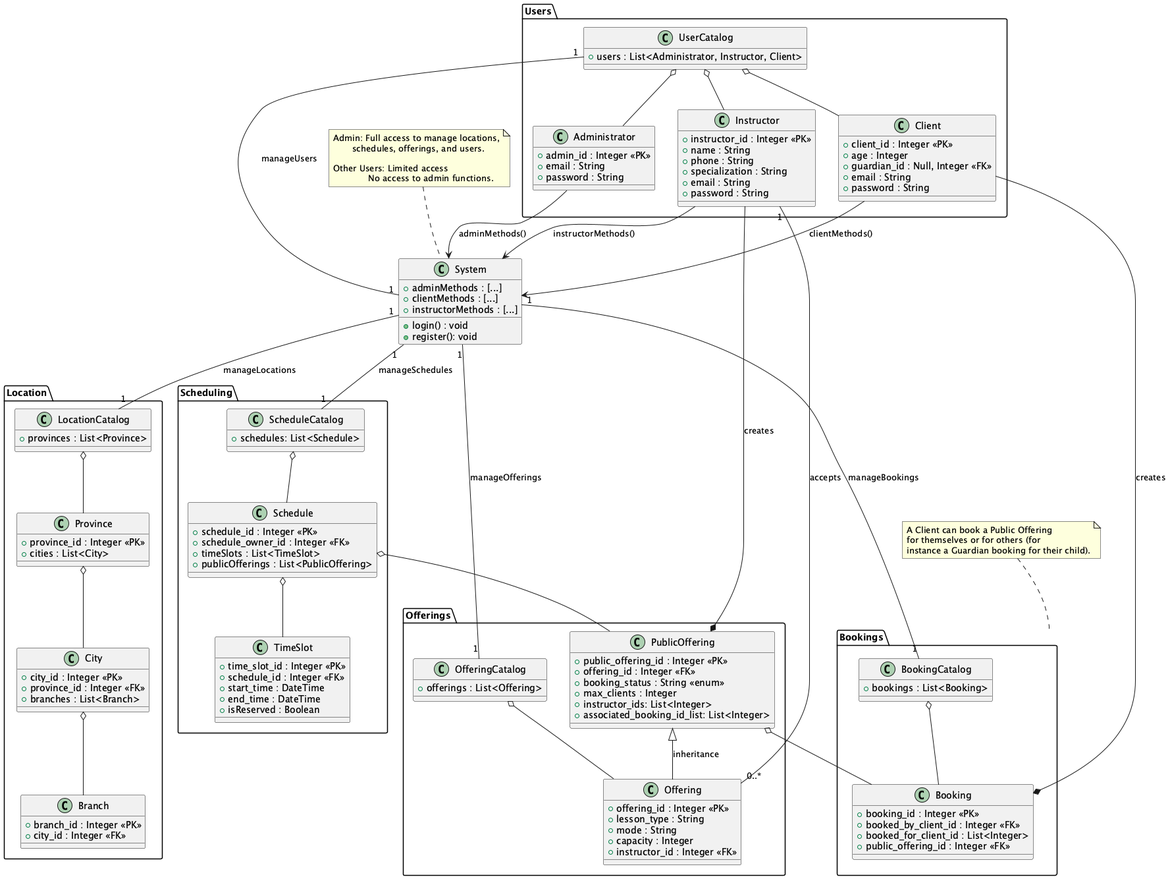
The PlantUML diagram UML-Diagrams/Package-Diagram.png in vibqetowi/soen-342-project, before a commit.
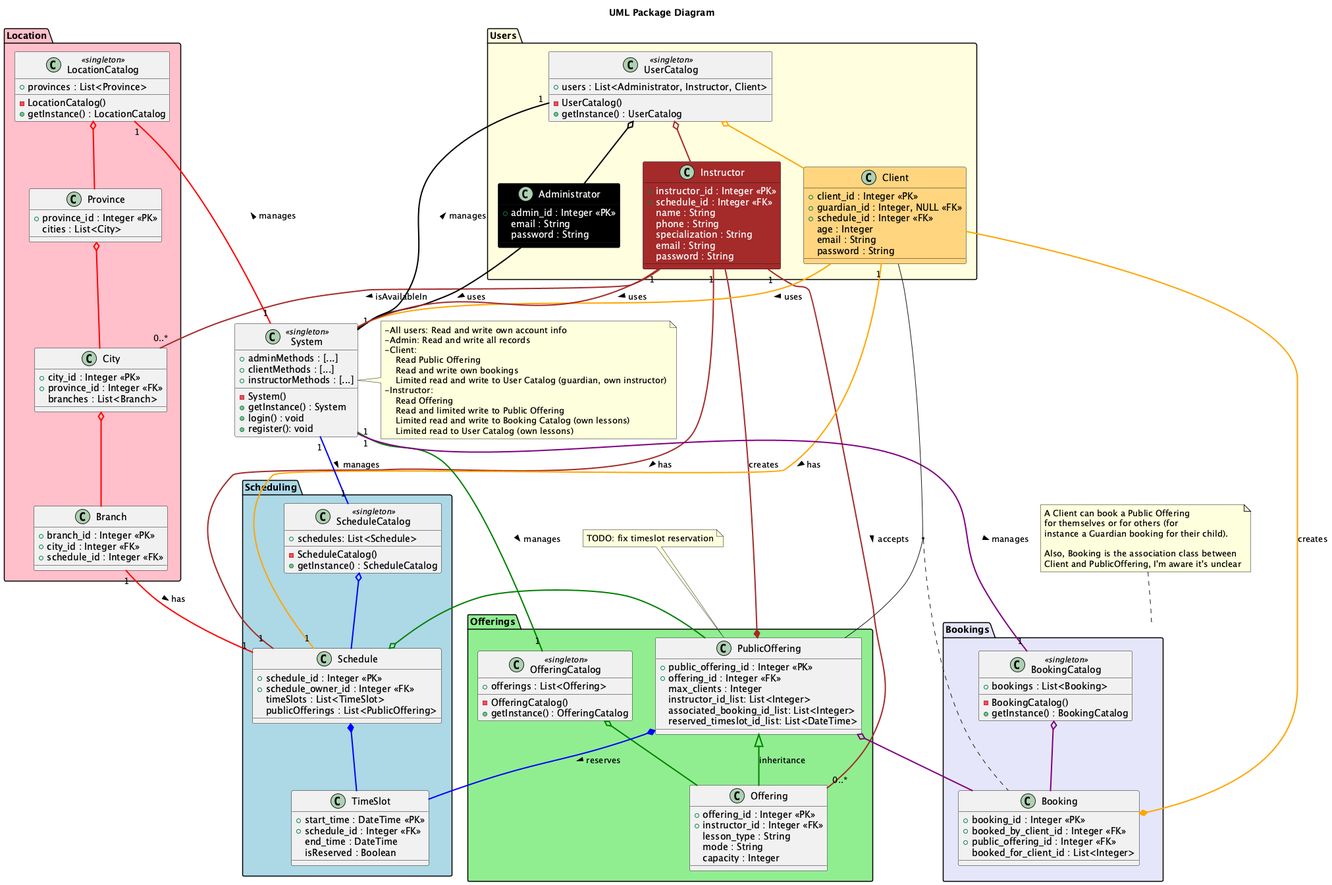
After the commit.

Commit message:
color code package uml and edit to code

The edit, as a diff of the source:
```diff
@@ -1,136 +1,155 @@
 @startuml
-
-package "Location" {
-    class LocationCatalog {
+title UML Package Diagram
+package "Location" #pink {
+    class LocationCatalog <<singleton>> {
+        - LocationCatalog()
+        +getInstance() : LocationCatalog
         +provinces : List<Province>
     }
 
     class Province {
         +province_id : Integer <<PK>>
-        +cities : List<City>
+        cities : List<City>
     }
 
     class City {
         +city_id : Integer <<PK>>
         +province_id : Integer <<FK>>
-        +branches : List<Branch>
+        branches : List<Branch>
     }
 
     class Branch {
         +branch_id : Integer <<PK>>
         +city_id : Integer <<FK>>
+        +schedule_id : Integer <<FK>>
     }
 
-    LocationCatalog o-- Province
-    Province o-- City
-    City o-- Branch
+    LocationCatalog o--[#red,bold] Province
+    Province o--[#red,bold] City
+    City o--[#red,bold] Branch
 }
 
-package "Scheduling" {
-    class ScheduleCatalog {
+package "Scheduling" #lightblue {
+    class ScheduleCatalog <<singleton>> {
+        - ScheduleCatalog()
+        +getInstance() : ScheduleCatalog
         +schedules: List<Schedule>
     }
 
     class Schedule {
         +schedule_id : Integer <<PK>>
         +schedule_owner_id : Integer <<FK>>
-        +timeSlots : List<TimeSlot>
-        +publicOfferings : List<PublicOffering>
+        timeSlots : List<TimeSlot>
+        publicOfferings : List<PublicOffering>
     }
 
     class TimeSlot {
-        +time_slot_id : Integer <<PK>>
+        +start_time : DateTime <<PK>>
         +schedule_id : Integer <<FK>>
-        +start_time : DateTime
-        +end_time : DateTime
-        +isReserved : Boolean
+        end_time : DateTime
+        isReserved : Boolean
     }
 
-    ScheduleCatalog o-- Schedule
-    Schedule o-- TimeSlot
+    ScheduleCatalog o--[#blue,bold] Schedule
+    Schedule *--[#blue,bold] TimeSlot
 }
 
-package "Offerings" {
-    class OfferingCatalog {
+package "Offerings" #lightgreen {
+    class OfferingCatalog <<singleton>> {
+        - OfferingCatalog()
+        +getInstance() : OfferingCatalog
         +offerings : List<Offering>
     }
 
     class Offering {
         +offering_id : Integer <<PK>>
-        +lesson_type : String
-        +mode : String
-        +capacity : Integer
         +instructor_id : Integer <<FK>>
+        lesson_type : String
+        mode : String
+        capacity : Integer
     }
 
     class PublicOffering {
         +public_offering_id : Integer <<PK>>
         +offering_id : Integer <<FK>>
-        +booking_status : String <<enum>>
-        +max_clients : Integer
-        +instructor_ids: List<Integer>
-        +associated_booking_id_list: List<Integer>
+        max_clients : Integer
+        instructor_id_list: List<Integer>
+        associated_booking_id_list: List<Integer>
+        reserved_timeslot_id_list: List<DateTime>
     }
 
-    OfferingCatalog o-- Offering
-    PublicOffering <|-- Offering : inheritance
+    OfferingCatalog o--[#green,bold] Offering
+    PublicOffering <|--[#green,bold] Offering : inheritance
 }
 
-package "Users" {
-    class Instructor {
+package "Users" #lightyellow {
+    class Instructor #brown;text:white {
         +instructor_id : Integer <<PK>>
-        +name : String
-        +phone : String
-        +specialization : String
-        +email : String
-        +password : String
+        +schedule_id : Integer <<FK>>
+        name : String
+        phone : String
+        specialization : String
+        email : String
+        password : String
     }
 
-    class Client {
+    class Client #FFD580 {
         +client_id : Integer <<PK>>
-        +age : Integer
-        +guardian_id : Null, Integer <<FK>>
-        +email : String
-        +password : String
+        +guardian_id : Integer, NULL <<FK>>
+        +schedule_id : Integer <<FK>>
+        age : Integer
+        email : String
+        password : String
     }
 
-    class Administrator {
+    class Administrator #black;text:white {
         +admin_id : Integer <<PK>>
-        +email : String
-        +password : String
+        email : String
+        password : String
     }
 
-    class UserCatalog {
+    class UserCatalog <<singleton>> {
+        - UserCatalog()
+        +getInstance() : UserCatalog
         +users : List<Administrator, Instructor, Client>
     }
 
-    UserCatalog o-- Administrator
-    UserCatalog o-- Instructor
-    UserCatalog o-- Client
+    UserCatalog o--[#black,bold] Administrator
+    UserCatalog o--[#brown,bold] Instructor
+    UserCatalog o--[#orange,bold] Client
 }
 
-package "Bookings" {
-    class BookingCatalog {
+package "Bookings" #E6E6FA {
+    class BookingCatalog <<singleton>> {
+        - BookingCatalog()
+        +getInstance() : BookingCatalog
         +bookings : List<Booking>
     }
 
     class Booking {
         +booking_id : Integer <<PK>>
         +booked_by_client_id : Integer <<FK>>
-        +booked_for_client_id : List<Integer>
         +public_offering_id : Integer <<FK>>
+        booked_for_client_id : List<Integer>
     }
 
-    BookingCatalog o-- Booking
+    BookingCatalog o--[#purple,bold] Booking
 }
 
-Instructor "1" -- "0..*" Offering : accepts
-Instructor --* PublicOffering : creates
-Client --* Booking : creates
-PublicOffering o-- Booking
-Schedule o-- PublicOffering
+Instructor "1" --[#brown,bold] "0..*" Offering : accepts >
+Instructor -[#brown,bold]-* PublicOffering : creates
+Instructor "1" --[#brown,bold] "0..*" City: isAvailableIn >
+Instructor "1" --[#brown,bold] "1" Schedule : has >
+Client -[#orange,bold]-* Booking : creates
+Client "1" --[#orange,bold] "1" Schedule : has >
+PublicOffering o--[#purple,bold] Booking
+PublicOffering *-[#blue,bold]- TimeSlot: reserves >
+Schedule o--[#green,bold] PublicOffering
+Branch "1" --[#red,bold] "1" Schedule : has >
 
-class System {
+class System <<singleton>> {
+    - System()
+    +getInstance() : System
     +login() : void
     +register(): void
     +adminMethods : [...]
@@ -138,28 +157,42 @@
     +instructorMethods : [...]
 }
 
-System "1" -- "1" LocationCatalog : manageLocations
-System "1" -- "1" ScheduleCatalog : manageSchedules
-System "1" -- "1" UserCatalog : manageUsers
-System "1" -- "1" OfferingCatalog : manageOfferings
-System "1" -- "1" BookingCatalog : manageBookings
+System "1" --[#red,bold] "1" LocationCatalog : manages >
+System "1" --[#blue,bold] "1" ScheduleCatalog : manages >
+System "1" --[#black,bold] "1" UserCatalog : manages >
+System "1" --[#green,bold] "1" OfferingCatalog : manages >
+System "1" --[#purple,bold] "1" BookingCatalog : manages >
+Administrator -[#black,bold]- System : uses >
+Client -[#orange,bold]- System : uses >
+Instructor -[#brown,bold]- System : uses >
 
-Administrator --> System : adminMethods()
-Client --> System : clientMethods()
-Instructor --> System : instructorMethods()
+(Client, PublicOffering) .. Booking
 
-note top of System
-    Admin: Full access to manage locations,
-           schedules, offerings, and users.
 
-    Other Users: Limited access
-                 No access to admin functions.
+note right of System
+-All users: Read and write own account info
+-Admin: Read and write all records
+-Client:
+    Read Public Offering
+    Read and write own bookings
+    Limited read and write to User Catalog (guardian, own instructor)
+-Instructor:
+    Read Offering
+    Read and limited write to Public Offering
+    Limited read and write to Booking Catalog (own lessons)
+    Limited read to User Catalog (own lessons)
 end note
 
 note top of Bookings
 A Client can book a Public Offering
 for themselves or for others (for
 instance a Guardian booking for their child).
+
+Also, Booking is the association class between
+Client and PublicOffering, I'm aware it's unclear
 end note
 
+note top of PublicOffering
+TODO: fix timeslot reservation
+end note
 @enduml
```
